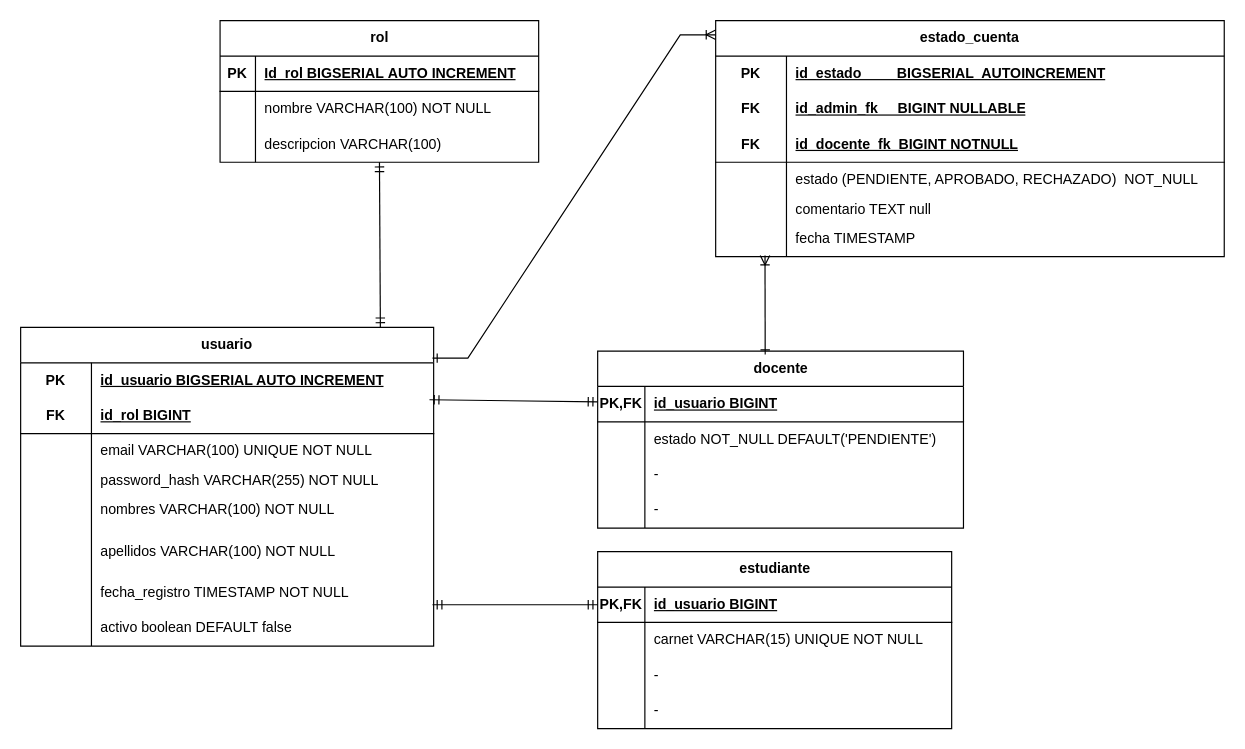
This is diagramas/logico/drawio/diagrama_logico.drawio from piti-codenbugs/sgea-db, a draw.io file, before an edit. Source tidied: cells renumbered, new cells numbered last; positions are measured from the earlier drawing's top-left corner, leaving out a move shared by most shapes. Both pictures are drawn from the tidied source at 118%, with x=0, y=0 at pixel (20, 20).
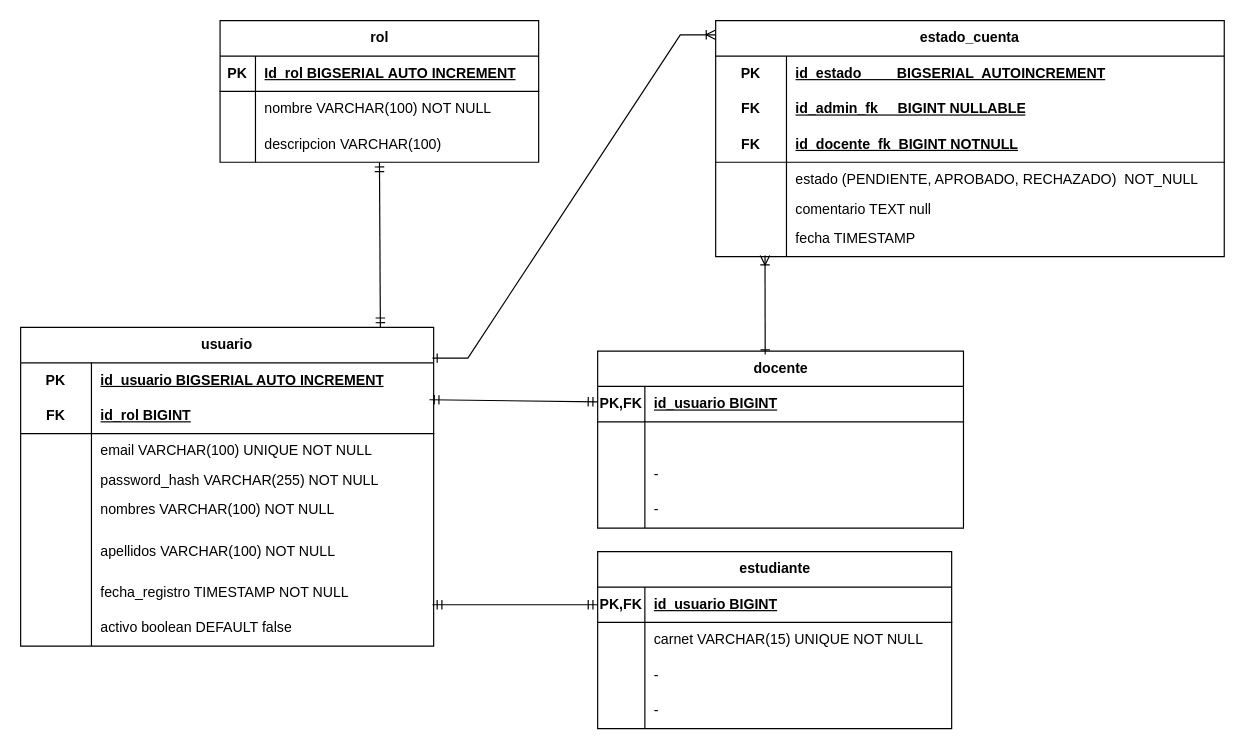
Above is the later version.

Commit message (it also covers changes not shown here):
se agregaron los triggers necesarios para el estado de cuenta del usuario tanto cuando se registra un docente como cuando se aprueba el mismo

Unchanged cells that the change refers to:
```xml
<mxCell id="44" style="shape=tableRow;horizontal=0;startSize=0;swimlaneHead=0;swimlaneBody=0;fillColor=none;top=0;left=0;right=0;bottom=0;" parent="40" vertex="1">
  <mxGeometry y="60" width="310" height="30" as="geometry" />
</mxCell>
```

Diff of the diagram source:
```diff
@@
-    <mxCell id="46" value="estado NOT_NULL DEFAULT('PENDIENTE')" style="shape=partialRectangle;fillColor=none;top=0;left=0;bottom=0;right=0;align=left;spacingLeft=6;overflow=hidden;whiteSpace=wrap;html=1;" parent="44" vertex="1">
+    <mxCell id="46" style="shape=partialRectangle;fillColor=none;top=0;left=0;bottom=0;right=0;align=left;spacingLeft=6;overflow=hidden;whiteSpace=wrap;html=1;" parent="44" vertex="1">
       <mxGeometry x="40" width="270" height="30" as="geometry" />
     </mxCell>
```
